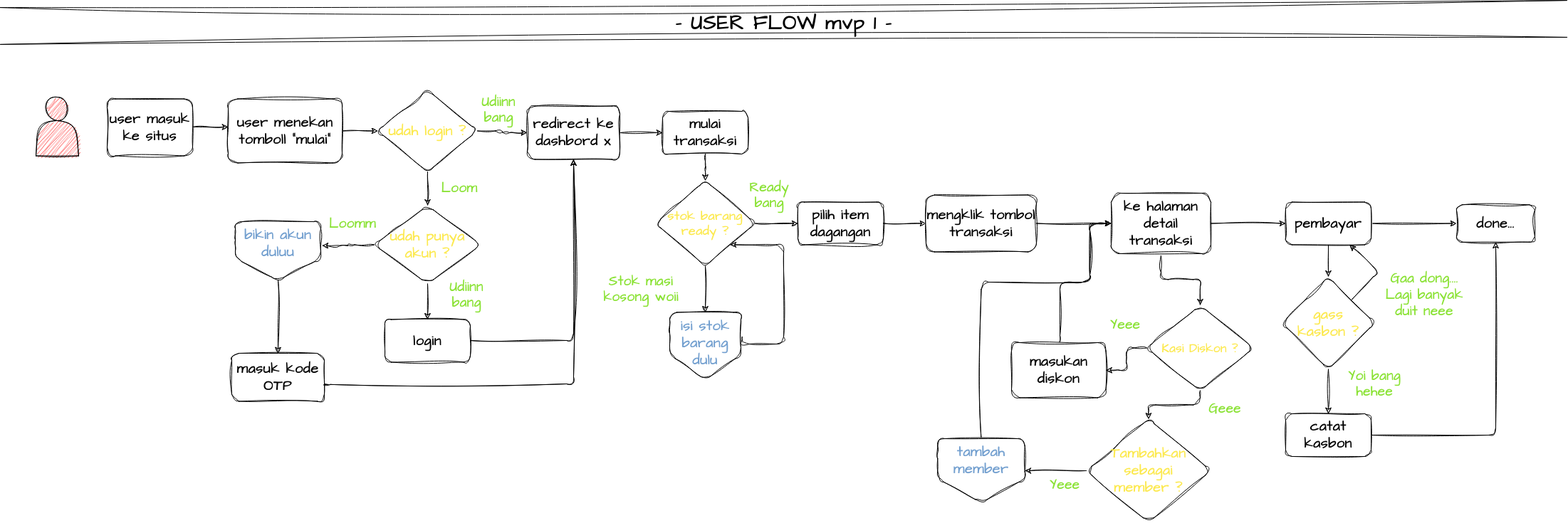
Before: Untitled Diagram.drawio.png, a diagram exported from draw.io (Petrichor-Dev/mypos). Source tidied: cells renumbered, new cells last; positions are measured from the earlier drawing's top-left corner, leaving out a move shared by most shapes.
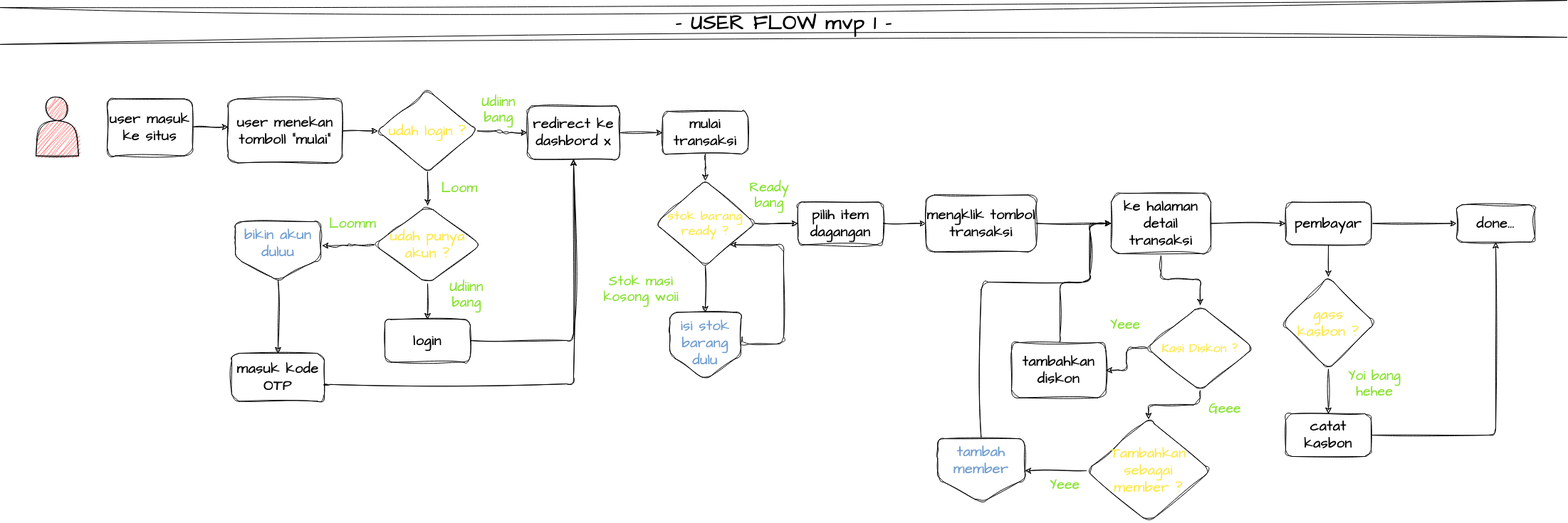
The same file after the commit.

The edit, as a diff of the source:
```diff
@@ -154,7 +154,7 @@
         </Array>
       </mxGeometry>
     </mxCell>
-    <mxCell id="45" value="masukan diskon" style="rounded=1;whiteSpace=wrap;html=1;fontSize=20;fontFamily=Architects Daughter;sketch=1;curveFitting=1;jiggle=2;hachureGap=4;fontSource=https%3A%2F%2Ffonts.googleapis.com%2Fcss%3Ffamily%3DArchitects%2BDaughter;spacing=2;labelBackgroundColor=none;fontStyle=1;" parent="1" vertex="1">
+    <mxCell id="45" value="tambahkan diskon" style="rounded=1;whiteSpace=wrap;html=1;fontSize=20;fontFamily=Architects Daughter;sketch=1;curveFitting=1;jiggle=2;hachureGap=4;fontSource=https%3A%2F%2Ffonts.googleapis.com%2Fcss%3Ffamily%3DArchitects%2BDaughter;spacing=2;labelBackgroundColor=none;fontStyle=1;" parent="1" vertex="1">
       <mxGeometry x="1420" y="455" width="132.5" height="77.5" as="geometry" />
     </mxCell>
     <mxCell id="46" value="&lt;font style=&quot;font-size: 19px;&quot; color=&quot;#8ae234&quot;&gt;Yeee&lt;/font&gt;" style="text;strokeColor=none;align=center;fillColor=none;html=1;verticalAlign=middle;whiteSpace=wrap;rounded=1;sketch=1;hachureGap=4;jiggle=2;curveFitting=1;fontFamily=Architects Daughter;fontSource=https%3A%2F%2Ffonts.googleapis.com%2Fcss%3Ffamily%3DArchitects%2BDaughter;fontSize=19;labelBackgroundColor=none;fontStyle=1;" parent="1" vertex="1">
@@ -166,13 +166,6 @@
     <mxCell id="48" style="edgeStyle=orthogonalEdgeStyle;rounded=1;sketch=1;hachureGap=4;jiggle=2;curveFitting=1;jettySize=auto;html=1;fontFamily=Architects Daughter;fontSource=https%3A%2F%2Ffonts.googleapis.com%2Fcss%3Ffamily%3DArchitects%2BDaughter;fontSize=17;fontColor=default;labelBackgroundColor=none;fontStyle=1;" parent="1" edge="1" source="50" target="52">
       <mxGeometry relative="1" as="geometry" />
     </mxCell>
-    <mxCell id="49" style="edgeStyle=none;rounded=1;sketch=1;hachureGap=4;jiggle=2;curveFitting=1;jettySize=auto;html=1;fontFamily=Architects Daughter;fontSource=https%3A%2F%2Ffonts.googleapis.com%2Fcss%3Ffamily%3DArchitects%2BDaughter;fontSize=16;entryX=0.75;entryY=1;entryDx=0;entryDy=0;exitX=1;exitY=0;exitDx=0;exitDy=0;labelBackgroundColor=none;fontColor=default;fontStyle=1;" parent="1" edge="1" source="50" target="43">
-      <mxGeometry relative="1" as="geometry">
-        <Array as="points">
-          <mxPoint x="1935" y="355" />
-        </Array>
-      </mxGeometry>
-    </mxCell>
     <mxCell id="50" value="&lt;div&gt;&lt;font color=&quot;#fce94f&quot;&gt;gass&lt;/font&gt;&lt;/div&gt;&lt;div&gt;&lt;font color=&quot;#fce94f&quot;&gt;kasbon ?&lt;br&gt;&lt;/font&gt;&lt;/div&gt;" style="rhombus;whiteSpace=wrap;html=1;fontSize=20;fontFamily=Architects Daughter;rounded=1;sketch=1;curveFitting=1;jiggle=2;hachureGap=4;fontSource=https%3A%2F%2Ffonts.googleapis.com%2Fcss%3Ffamily%3DArchitects%2BDaughter;spacing=2;labelBackgroundColor=none;fontStyle=1;" parent="1" vertex="1">
       <mxGeometry x="1800" y="362.5" width="130" height="130" as="geometry" />
     </mxCell>
@@ -212,9 +205,6 @@
     <mxCell id="61" value="&lt;font color=&quot;#8ae234&quot;&gt;Geee&lt;/font&gt;" style="text;strokeColor=none;align=center;fillColor=none;html=1;verticalAlign=middle;whiteSpace=wrap;rounded=1;sketch=1;hachureGap=4;jiggle=2;curveFitting=1;fontFamily=Architects Daughter;fontSource=https%3A%2F%2Ffonts.googleapis.com%2Fcss%3Ffamily%3DArchitects%2BDaughter;fontSize=19;labelBackgroundColor=none;fontStyle=1;" parent="1" vertex="1">
       <mxGeometry x="1690" y="532.5" width="60" height="30" as="geometry" />
     </mxCell>
-    <mxCell id="62" value="&lt;div&gt;&lt;font color=&quot;#8ae234&quot;&gt;Gaa dong....&lt;/font&gt;&lt;/div&gt;&lt;div&gt;&lt;font color=&quot;#8ae234&quot;&gt;Lagi banyak duit neee&lt;br&gt;&lt;/font&gt;&lt;/div&gt;" style="text;strokeColor=none;align=center;fillColor=none;html=1;verticalAlign=middle;whiteSpace=wrap;rounded=1;sketch=1;hachureGap=4;jiggle=2;curveFitting=1;fontFamily=Architects Daughter;fontSource=https%3A%2F%2Ffonts.googleapis.com%2Fcss%3Ffamily%3DArchitects%2BDaughter;fontSize=19;labelBackgroundColor=none;fontStyle=1;" parent="1" vertex="1">
-      <mxGeometry x="1935" y="367.5" width="130" height="40" as="geometry" />
-    </mxCell>
     <mxCell id="63" style="edgeStyle=orthogonalEdgeStyle;rounded=1;sketch=1;hachureGap=4;jiggle=2;curveFitting=1;jettySize=auto;html=1;labelBorderColor=#c17d11;fontFamily=Architects Daughter;fontSource=https%3A%2F%2Ffonts.googleapis.com%2Fcss%3Ffamily%3DArchitects%2BDaughter;fontSize=16;fontColor=#8ae234;entryX=0;entryY=0.5;entryDx=0;entryDy=0;exitX=0.5;exitY=0;exitDx=0;exitDy=0;" parent="1" edge="1" source="64" target="67">
       <mxGeometry relative="1" as="geometry">
         <Array as="points">
```
